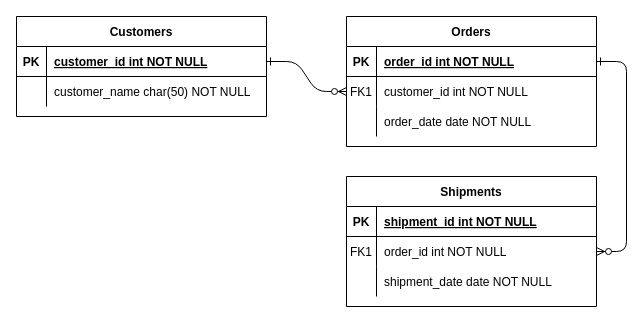
Earlier version of the draw.io diagram Untitled Diagram.drawio (VirtualGallery/Entity-Relationship-Model). Source tidied: cells renumbered, new cells numbered last; positions are measured from the earlier drawing's top-left corner, leaving out a move shared by most shapes. Both pictures are drawn from the tidied source at 100%, with x=0, y=0 at pixel (16, 16).
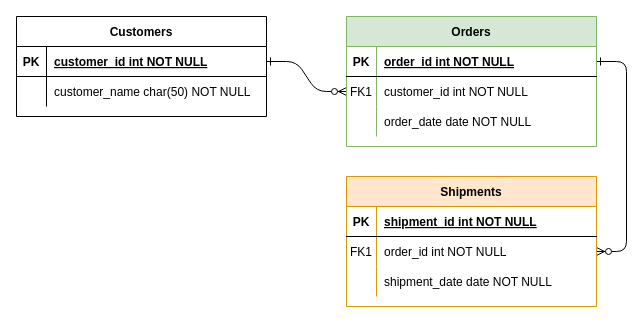
After the change.

Change to the diagram source:
```diff
@@
-    <mxCell id="4" value="Orders" style="shape=table;startSize=30;childLayout=tableLayout;rowLines=0;fontStyle=1;align=center;" parent="1" vertex="1">
+    <mxCell id="4" value="Orders" style="shape=table;startSize=30;childLayout=tableLayout;rowLines=0;fontStyle=1;align=center;fillColor=#d5e8d4;strokeColor=#82b366;" parent="1" vertex="1">
       <mxGeometry x="330" width="250" height="130" as="geometry" />
     </mxCell>
@@
-    <mxCell id="14" value="Shipments" style="shape=table;startSize=30;childLayout=tableLayout;rowLines=0;fontStyle=1;align=center;" parent="1" vertex="1">
+    <mxCell id="14" value="Shipments" style="shape=table;startSize=30;childLayout=tableLayout;rowLines=0;fontStyle=1;align=center;fillColor=#ffe6cc;strokeColor=#d79b00;" parent="1" vertex="1">
       <mxGeometry x="330" y="160" width="250" height="130" as="geometry" />
     </mxCell>
```
